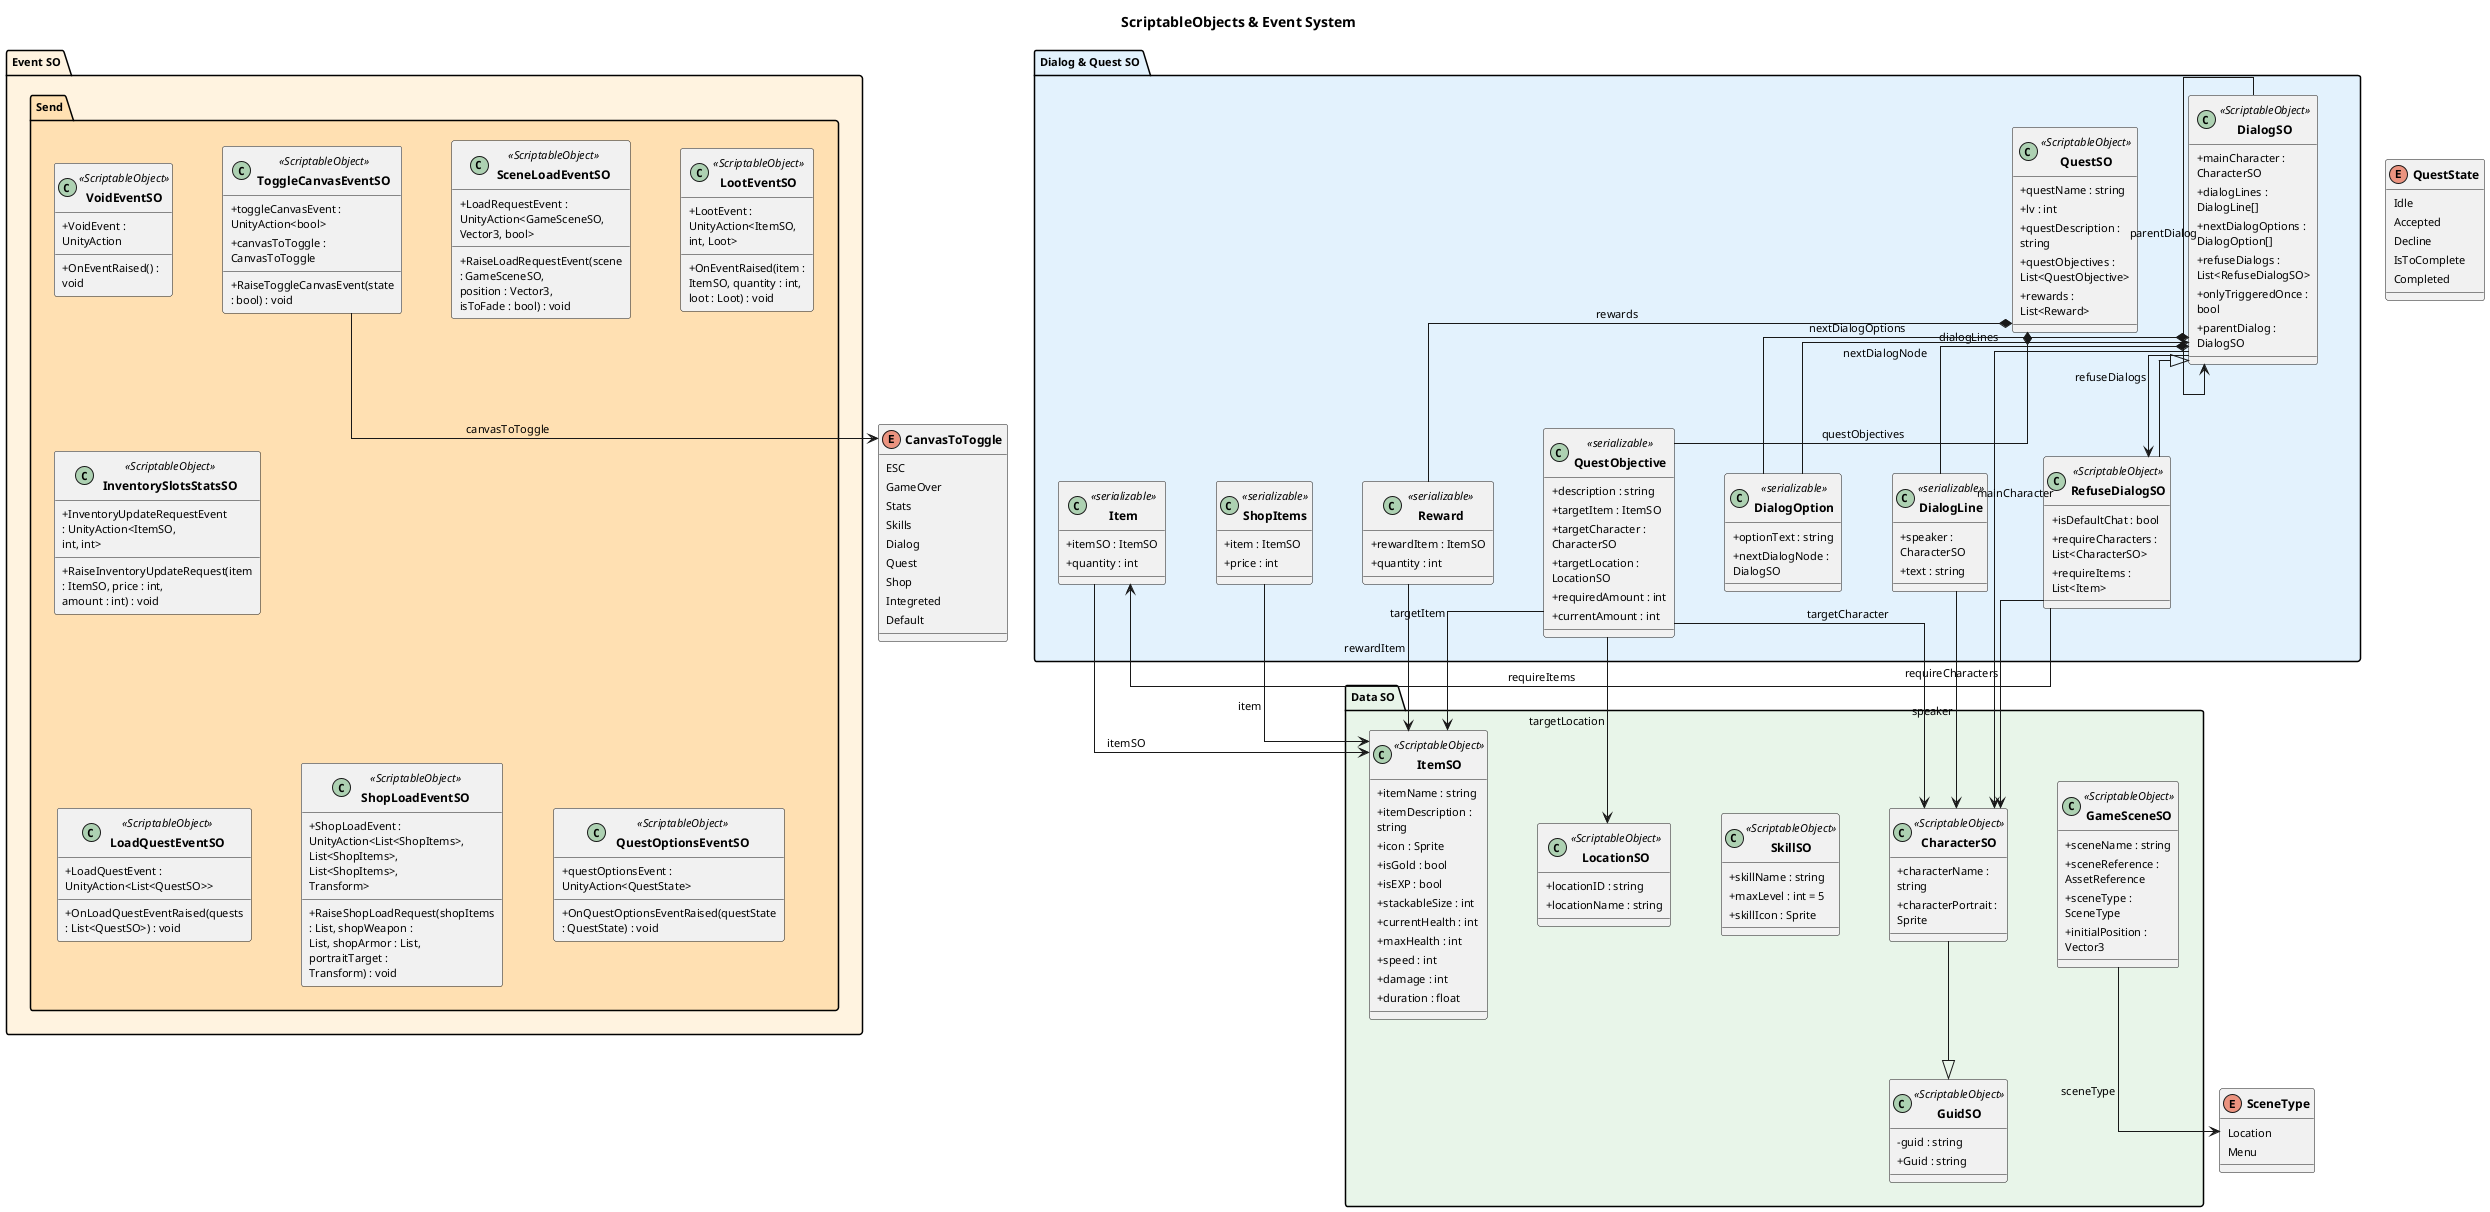
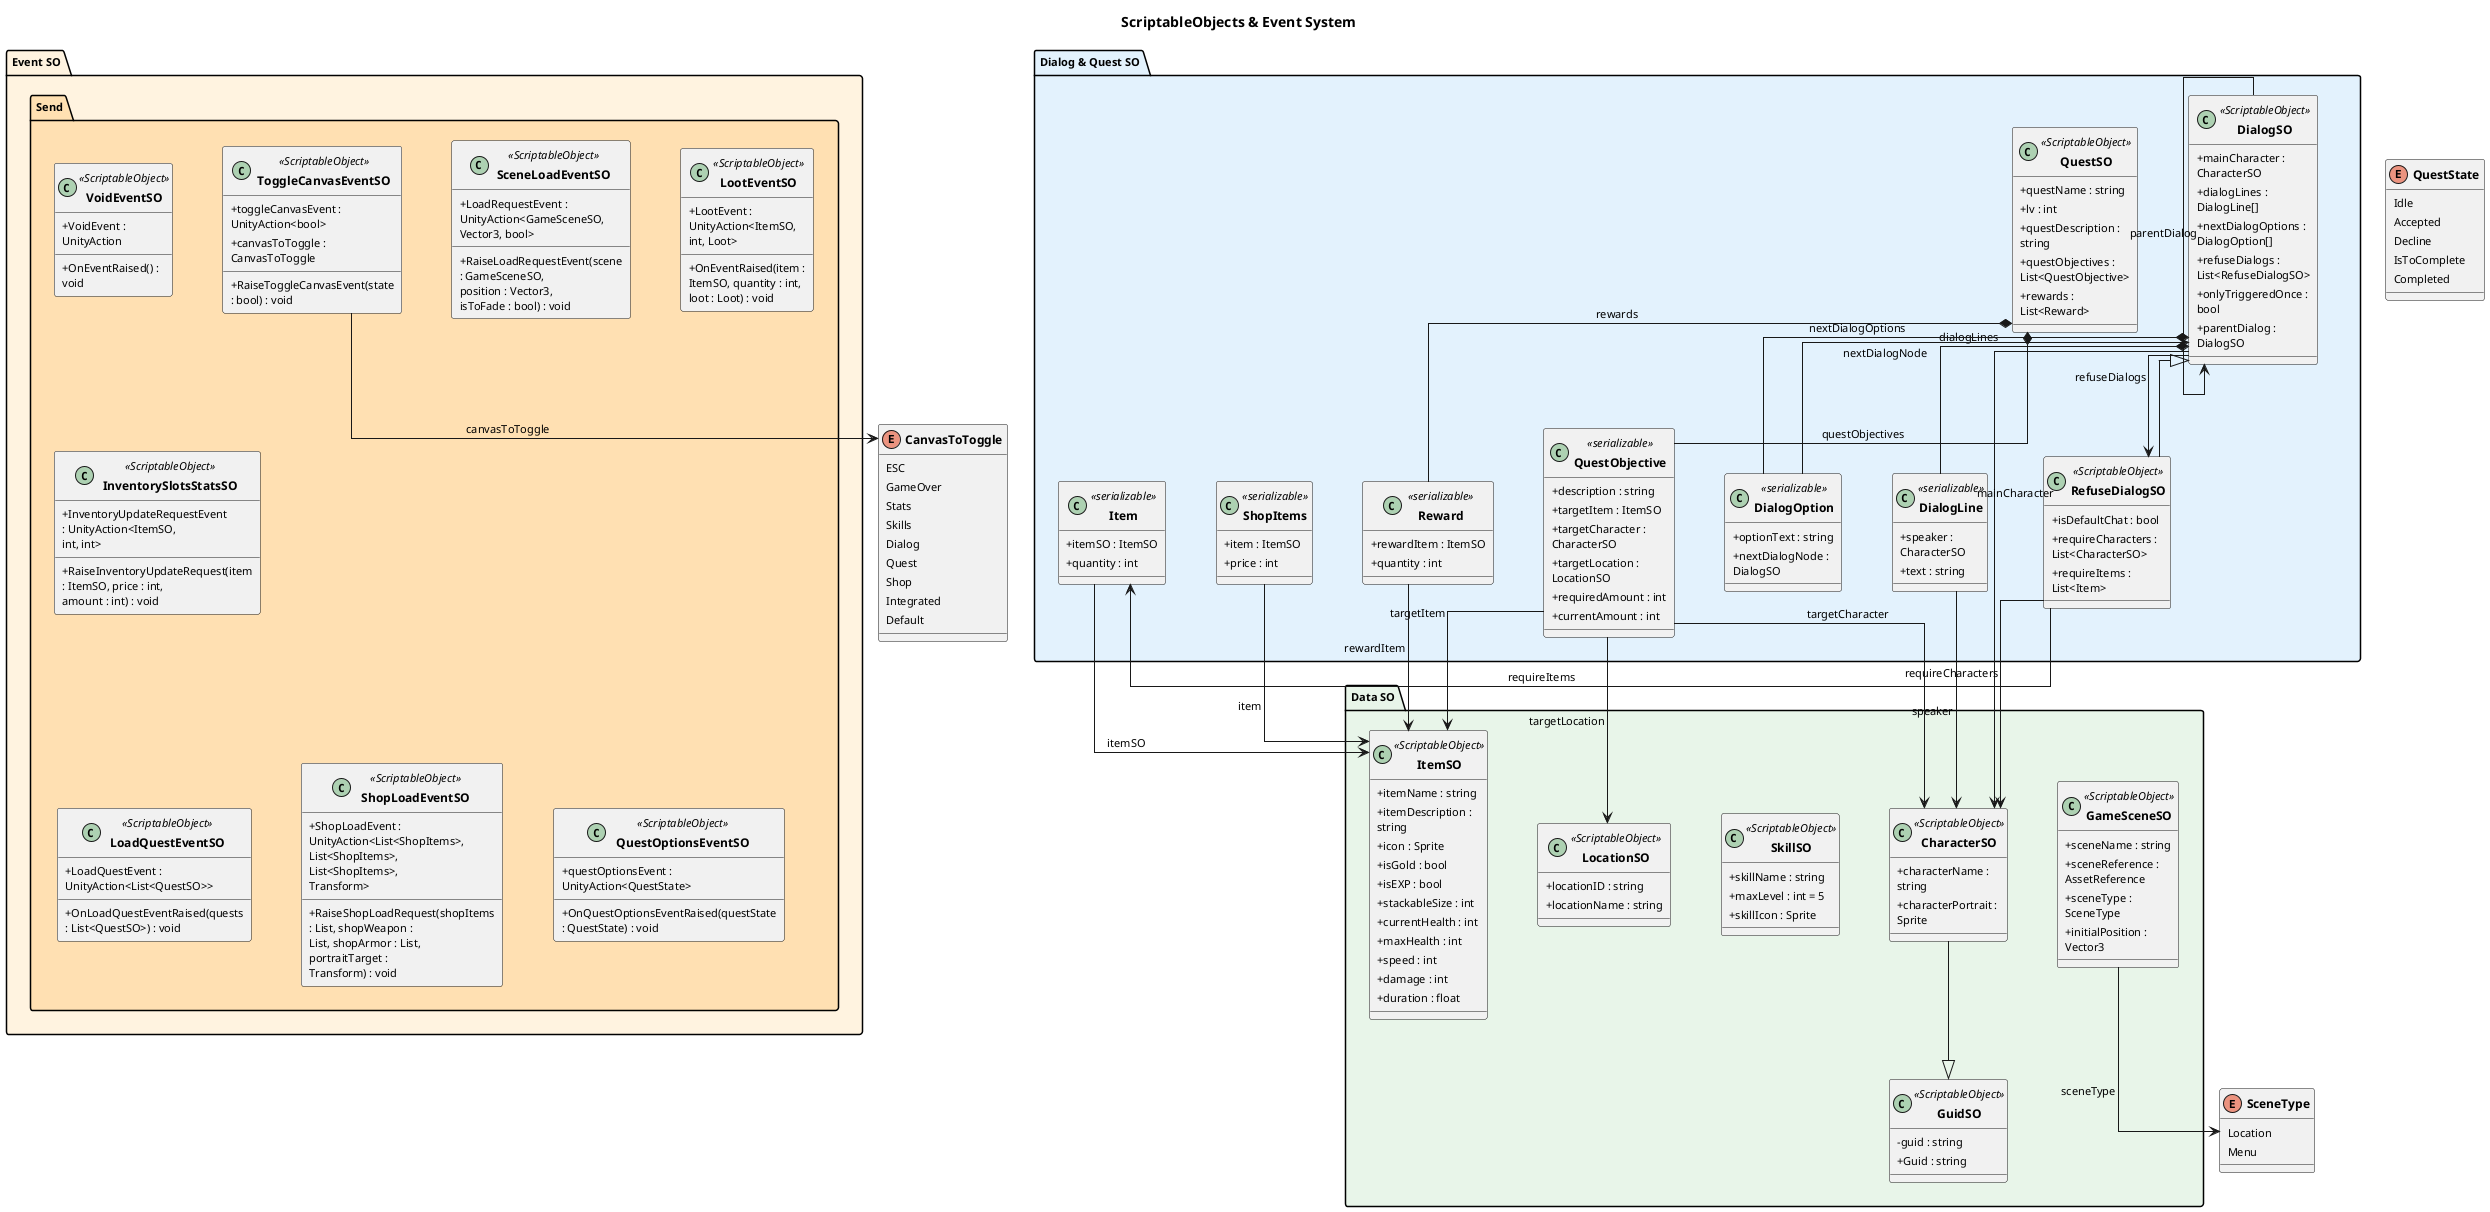
@startuml ScriptableObjects_and_Events

skinparam linetype ortho
skinparam nodesep 50
skinparam ranksep 60
skinparam classAttributeIconSize 0
skinparam defaultFontSize 11
skinparam classFontSize 12
skinparam classFontStyle bold
skinparam padding 2
skinparam wrapWidth 120

title ScriptableObjects & Event System

enum SceneType {
    Location
    Menu
}

enum CanvasToToggle {
    ESC
    GameOver
    Stats
    Skills
    Dialog
    Quest
    Shop
-     Integreted
+     Integrated
    Default
}

enum QuestState {
    Idle
    Accepted
    Decline
    IsToComplete
    Completed
}

package "Data SO" #E8F5E9 {
    together {
        class GuidSO <<ScriptableObject>> {
            - guid : string
            + Guid : string
        }

        class CharacterSO <<ScriptableObject>> {
            + characterName : string
            + characterPortrait : Sprite
        }

        class ItemSO <<ScriptableObject>> {
            + itemName : string
            + itemDescription : string
            + icon : Sprite
            + isGold : bool
            + isEXP : bool
            + stackableSize : int
            + currentHealth : int
            + maxHealth : int
            + speed : int
            + damage : int
            + duration : float
        }

        class SkillSO <<ScriptableObject>> {
            + skillName : string
            + maxLevel : int = 5
            + skillIcon : Sprite
        }

        class GameSceneSO <<ScriptableObject>> {
            + sceneName : string
            + sceneReference : AssetReference
            + sceneType : SceneType
            + initialPosition : Vector3
        }

        class LocationSO <<ScriptableObject>> {
            + locationID : string
            + locationName : string
        }
    }
}

package "Dialog & Quest SO" #E3F2FD {
    together {
        class DialogSO <<ScriptableObject>> {
            + mainCharacter : CharacterSO
            + dialogLines : DialogLine[]
            + nextDialogOptions : DialogOption[]
            + refuseDialogs : List<RefuseDialogSO>
            + onlyTriggeredOnce : bool
            + parentDialog : DialogSO
        }

        class RefuseDialogSO <<ScriptableObject>> {
            + isDefaultChat : bool
            + requireCharacters : List<CharacterSO>
            + requireItems : List<Item>
        }

        class QuestSO <<ScriptableObject>> {
            + questName : string
            + lv : int
            + questDescription : string
            + questObjectives : List<QuestObjective>
            + rewards : List<Reward>
        }
    }

    together {
        class DialogLine <<serializable>> {
            + speaker : CharacterSO
            + text : string
        }

        class DialogOption <<serializable>> {
            + optionText : string
            + nextDialogNode : DialogSO
        }

        class Item <<serializable>> {
            + itemSO : ItemSO
            + quantity : int
        }

        class Reward <<serializable>> {
            + rewardItem : ItemSO
            + quantity : int
        }

        class QuestObjective <<serializable>> {
            + description : string
            + targetItem : ItemSO
            + targetCharacter : CharacterSO
            + targetLocation : LocationSO
            + requiredAmount : int
            + currentAmount : int
        }

        class ShopItems <<serializable>> {
            + item : ItemSO
            + price : int
        }
    }
}

package "Event SO" #FFF3E0 {
    package "Send" #FFE0B2 {
        together {
            class VoidEventSO <<ScriptableObject>> {
                + VoidEvent : UnityAction
                + OnEventRaised() : void
            }

            class SceneLoadEventSO <<ScriptableObject>> {
                + LoadRequestEvent : UnityAction<GameSceneSO, Vector3, bool>
                + RaiseLoadRequestEvent(scene : GameSceneSO, position : Vector3, isToFade : bool) : void
            }

            class LootEventSO <<ScriptableObject>> {
                + LootEvent : UnityAction<ItemSO, int, Loot>
                + OnEventRaised(item : ItemSO, quantity : int, loot : Loot) : void
            }

            class InventorySlotsStatsSO <<ScriptableObject>> {
                + InventoryUpdateRequestEvent : UnityAction<ItemSO, int, int>
                + RaiseInventoryUpdateRequest(item : ItemSO, price : int, amount : int) : void
            }

            class ToggleCanvasEventSO <<ScriptableObject>> {
                + toggleCanvasEvent : UnityAction<bool>
                + canvasToToggle : CanvasToToggle
                + RaiseToggleCanvasEvent(state : bool) : void
            }
        }

        together {
            class ShopLoadEventSO <<ScriptableObject>> {
                + ShopLoadEvent : UnityAction<List<ShopItems>, List<ShopItems>, List<ShopItems>, Transform>
                + RaiseShopLoadRequest(shopItems : List, shopWeapon : List, shopArmor : List, portraitTarget : Transform) : void
            }

            class QuestOptionsEventSO <<ScriptableObject>> {
                + questOptionsEvent : UnityAction<QuestState>
                + OnQuestOptionsEventRaised(questState : QuestState) : void
            }

            class LoadQuestEventSO <<ScriptableObject>> {
                + LoadQuestEvent : UnityAction<List<QuestSO>>
                + OnLoadQuestEventRaised(quests : List<QuestSO>) : void
            }
        }
    }
}

CharacterSO --|> GuidSO
RefuseDialogSO --|> DialogSO
DialogSO *-- DialogLine : dialogLines
DialogSO *-- DialogOption : nextDialogOptions
DialogSO --> CharacterSO : mainCharacter
DialogSO --> RefuseDialogSO : refuseDialogs
DialogSO --> DialogSO : parentDialog
RefuseDialogSO --> CharacterSO : requireCharacters
RefuseDialogSO --> Item : requireItems
DialogOption --> DialogSO : nextDialogNode
DialogLine --> CharacterSO : speaker
Item --> ItemSO : itemSO
QuestSO *-- QuestObjective : questObjectives
QuestSO *-- Reward : rewards
QuestObjective --> ItemSO : targetItem
QuestObjective --> CharacterSO : targetCharacter
QuestObjective --> LocationSO : targetLocation
Reward --> ItemSO : rewardItem
ShopItems --> ItemSO : item
GameSceneSO --> SceneType : sceneType
ToggleCanvasEventSO --> CanvasToToggle : canvasToToggle

@enduml
